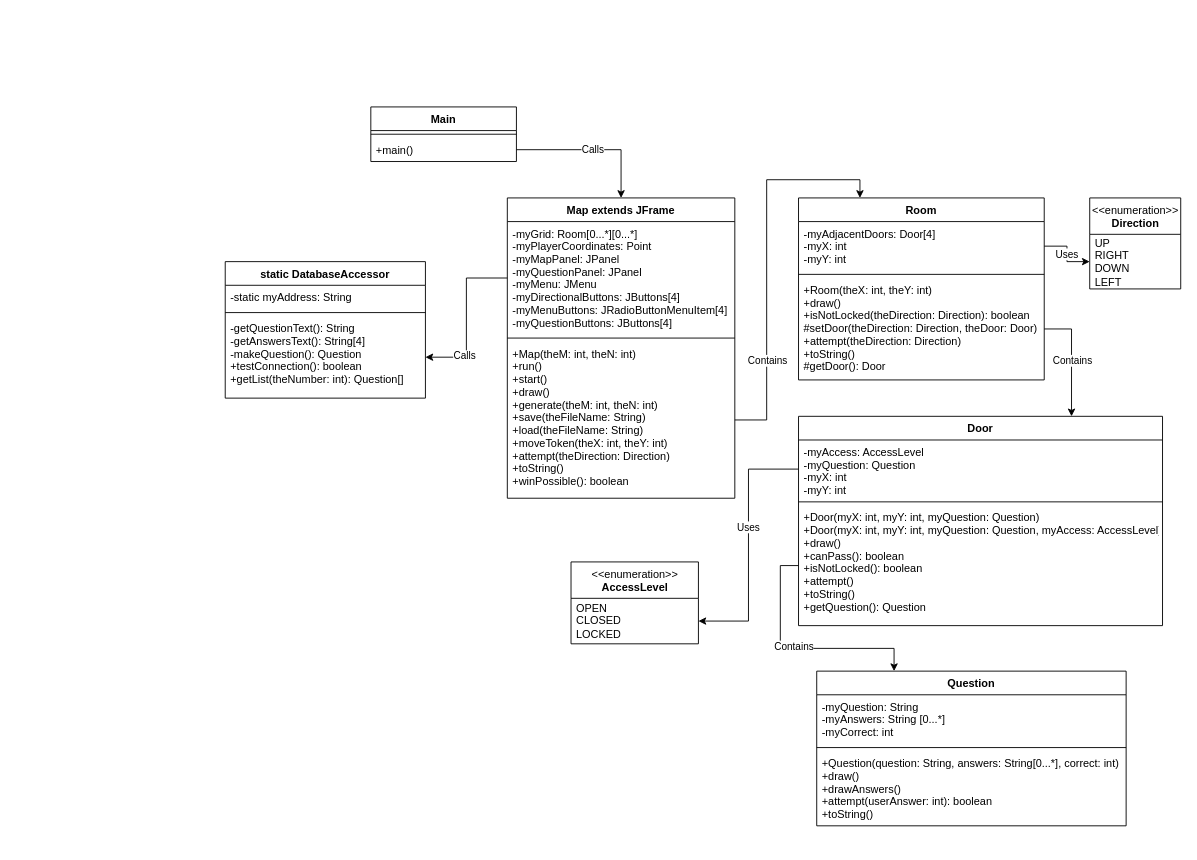
Earlier version of the draw.io diagram TriviaMazeUML.drawio (mperez68/TriviaMaze). Source tidied: cells renumbered, new cells numbered last; positions are measured from the earlier drawing's top-left corner, leaving out a move shared by most shapes. Both pictures are drawn from the tidied source at 91%, with x=0, y=0 at pixel (225, 106).
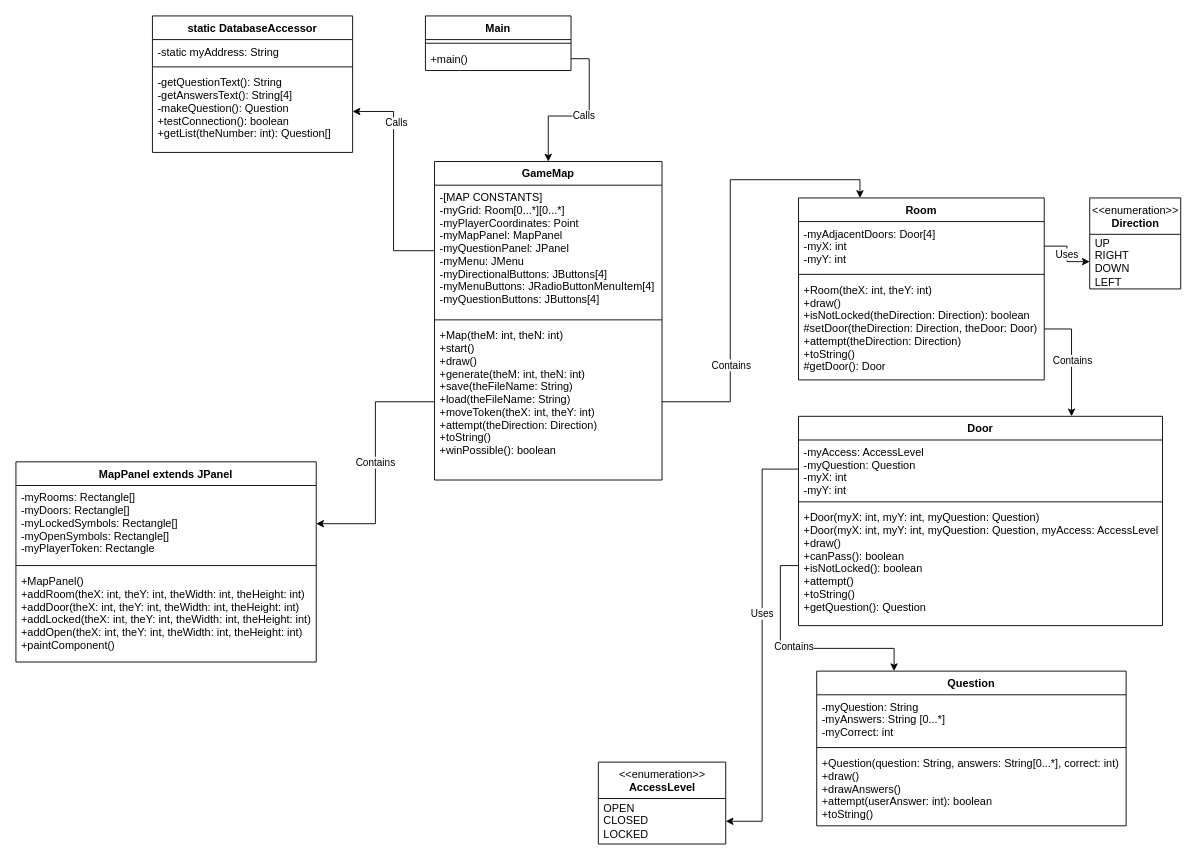
Above is the later version.

Diff of the diagram source:
```diff
@@
-    <mxCell id="2" value="Map extends JFrame" style="swimlane;fontStyle=1;align=center;verticalAlign=top;horizontal=1;startSize=26;" parent="1" vertex="1">
-      <mxGeometry x="310" y="100" width="250" height="330" as="geometry" />
+    <mxCell id="2" value="GameMap" style="swimlane;fontStyle=1;align=center;verticalAlign=top;horizontal=1;startSize=26;" parent="1" vertex="1">
+      <mxGeometry x="230" y="60" width="250" height="350" as="geometry" />
     </mxCell>
-    <mxCell id="3" value="-myGrid: Room[0...*][0...*]&#10;-myPlayerCoordinates: Point&#10;-myMapPanel: JPanel&#10;-myQuestionPanel: JPanel&#10;-myMenu: JMenu&#10;-myDirectionalButtons: JButtons[4]&#10;-myMenuButtons: JRadioButtonMenuItem[4]&#10;-myQuestionButtons: JButtons[4]" style="text;strokeColor=none;fillColor=none;align=left;verticalAlign=top;spacingLeft=4;spacingRight=4;overflow=hidden;points=[[0,0.5],[1,0.5]];portConstraint=eastwest;labelBackgroundColor=none;" parent="2" vertex="1">
-      <mxGeometry y="26" width="250" height="124" as="geometry" />
+    <mxCell id="3" value="-[MAP CONSTANTS]&#10;-myGrid: Room[0...*][0...*]&#10;-myPlayerCoordinates: Point&#10;-myMapPanel: MapPanel&#10;-myQuestionPanel: JPanel&#10;-myMenu: JMenu&#10;-myDirectionalButtons: JButtons[4]&#10;-myMenuButtons: JRadioButtonMenuItem[4]&#10;-myQuestionButtons: JButtons[4]" style="text;strokeColor=none;fillColor=none;align=left;verticalAlign=top;spacingLeft=4;spacingRight=4;overflow=hidden;points=[[0,0.5],[1,0.5]];portConstraint=eastwest;labelBackgroundColor=none;" parent="2" vertex="1">
+      <mxGeometry y="26" width="250" height="144" as="geometry" />
     </mxCell>
     <mxCell id="4" style="line;strokeWidth=1;fillColor=none;align=left;verticalAlign=middle;spacingTop=-1;spacingLeft=3;spacingRight=3;labelPosition=right;" parent="2" vertex="1">
-      <mxGeometry y="150" width="250" height="8" as="geometry" />
+      <mxGeometry y="170" width="250" height="8" as="geometry" />
     </mxCell>
-    <mxCell id="5" value="+Map(theM: int, theN: int)&#10;+run()&#10;+start()&#10;+draw()&#10;+generate(theM: int, theN: int)&#10;+save(theFileName: String)&#10;+load(theFileName: String)&#10;+moveToken(theX: int, theY: int)&#10;+attempt(theDirection: Direction)&#10;+toString()&#10;+winPossible(): boolean" style="text;strokeColor=none;fillColor=none;align=left;verticalAlign=top;spacingLeft=4;spacingRight=4;overflow=hidden;points=[[0,0.5],[1,0.5]];portConstraint=eastwest;" parent="2" vertex="1">
-      <mxGeometry y="158" width="250" height="172" as="geometry" />
+    <mxCell id="5" value="+Map(theM: int, theN: int)&#10;+start()&#10;+draw()&#10;+generate(theM: int, theN: int)&#10;+save(theFileName: String)&#10;+load(theFileName: String)&#10;+moveToken(theX: int, theY: int)&#10;+attempt(theDirection: Direction)&#10;+toString()&#10;+winPossible(): boolean" style="text;strokeColor=none;fillColor=none;align=left;verticalAlign=top;spacingLeft=4;spacingRight=4;overflow=hidden;points=[[0,0.5],[1,0.5]];portConstraint=eastwest;" parent="2" vertex="1">
+      <mxGeometry y="178" width="250" height="172" as="geometry" />
     </mxCell>
@@
     <mxCell id="16" value="&amp;lt;&amp;lt;enumeration&amp;gt;&amp;gt;&lt;br&gt;&lt;b&gt;AccessLevel&lt;/b&gt;" style="swimlane;fontStyle=0;align=center;verticalAlign=top;horizontal=1;startSize=40;html=1;" parent="1" vertex="1">
-      <mxGeometry x="380" y="500" width="140" height="90" as="geometry" />
+      <mxGeometry x="410" y="720" width="140" height="90" as="geometry" />
     </mxCell>
@@
     <mxCell id="31" value="static DatabaseAccessor" style="swimlane;fontStyle=1;align=center;verticalAlign=top;horizontal=1;startSize=26;" parent="1" vertex="1">
-      <mxGeometry y="170" width="220" height="150" as="geometry" />
+      <mxGeometry x="-80" y="-100" width="220" height="150" as="geometry" />
     </mxCell>
@@
     <mxCell id="37" value="Main" style="swimlane;fontStyle=1;align=center;verticalAlign=top;horizontal=1;startSize=26;" parent="1" vertex="1">
-      <mxGeometry x="160" width="160" height="60" as="geometry" />
+      <mxGeometry x="220" y="-100" width="160" height="60" as="geometry" />
     </mxCell>
@@
+    <mxCell id="41" value="MapPanel extends JPanel" style="swimlane;fontStyle=1;align=center;verticalAlign=top;horizontal=1;startSize=26;" parent="1" vertex="1">
+      <mxGeometry x="-230" y="390" width="330" height="220" as="geometry" />
+    </mxCell>
+    <mxCell id="42" value="-myRooms: Rectangle[]&#10;-myDoors: Rectangle[]&#10;-myLockedSymbols: Rectangle[]&#10;-myOpenSymbols: Rectangle[]&#10;-myPlayerToken: Rectangle" style="text;strokeColor=none;fillColor=none;align=left;verticalAlign=top;spacingLeft=4;spacingRight=4;overflow=hidden;points=[[0,0.5],[1,0.5]];portConstraint=eastwest;" parent="41" vertex="1">
+      <mxGeometry y="26" width="330" height="84" as="geometry" />
+    </mxCell>
+    <mxCell id="43" style="line;strokeWidth=1;fillColor=none;align=left;verticalAlign=middle;spacingTop=-1;spacingLeft=3;spacingRight=3;labelPosition=right;" parent="41" vertex="1">
+      <mxGeometry y="110" width="330" height="8" as="geometry" />
+    </mxCell>
+    <mxCell id="44" value="+MapPanel()&#10;+addRoom(theX: int, theY: int, theWidth: int, theHeight: int)&#10;+addDoor(theX: int, theY: int, theWidth: int, theHeight: int)&#10;+addLocked(theX: int, theY: int, theWidth: int, theHeight: int)&#10;+addOpen(theX: int, theY: int, theWidth: int, theHeight: int)&#10;+paintComponent()" style="text;strokeColor=none;fillColor=none;align=left;verticalAlign=top;spacingLeft=4;spacingRight=4;overflow=hidden;" parent="41" vertex="1">
+      <mxGeometry y="118" width="330" height="102" as="geometry" />
+    </mxCell>
+    <mxCell id="45" value="Contains" style="edgeStyle=orthogonalEdgeStyle;rounded=0;jettySize=auto;html=1;exitX=0;exitY=0.5;exitDx=0;exitDy=0;entryX=1;entryY=0.5;entryDx=0;entryDy=0;" parent="1" edge="1" source="5" target="42">
+      <mxGeometry relative="1" as="geometry" />
+    </mxCell>
```
